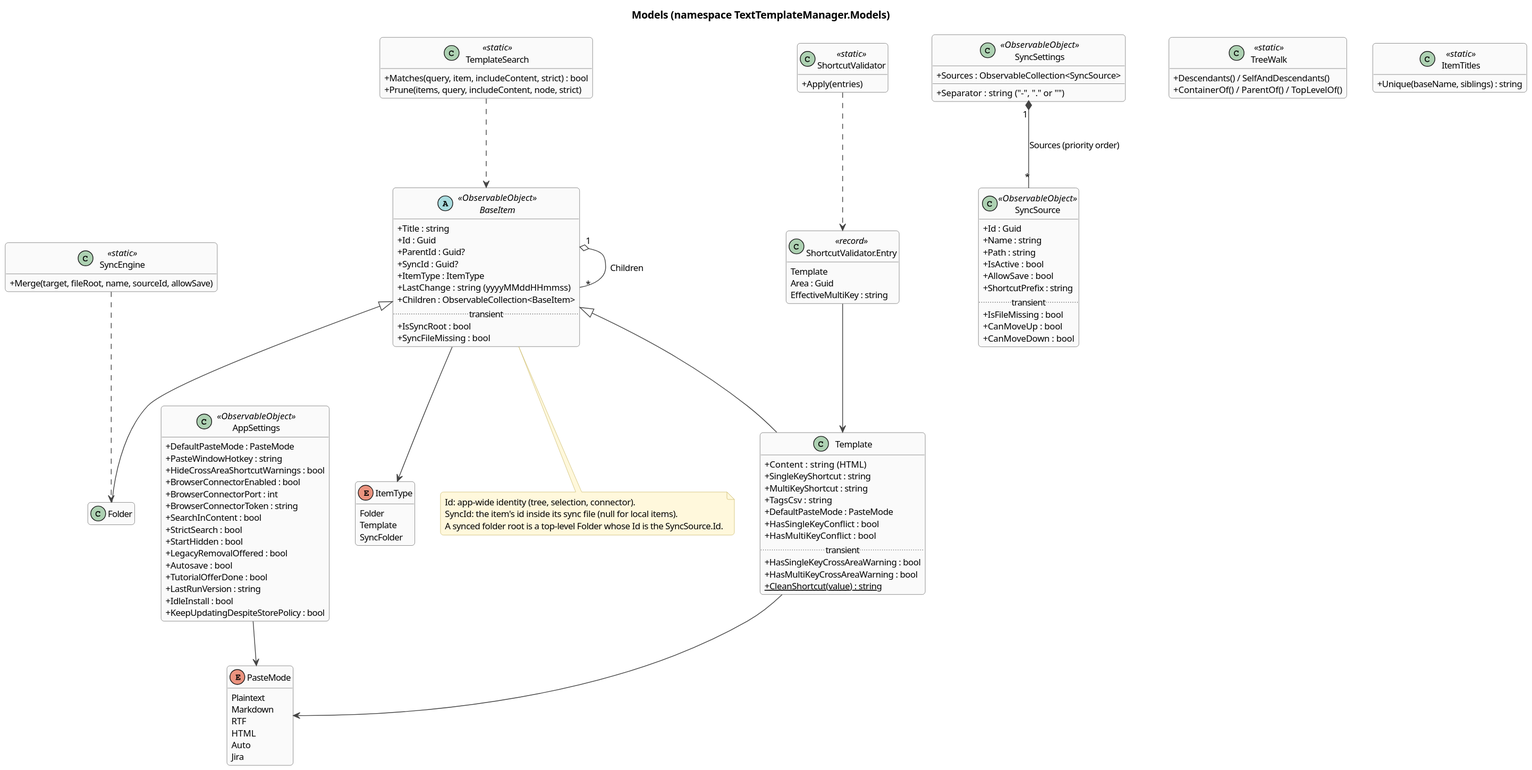
Earlier version of the PlantUML export docs/architecture/diagrams/class-model.svg (halatsWol/TextTemplateManager-v2).
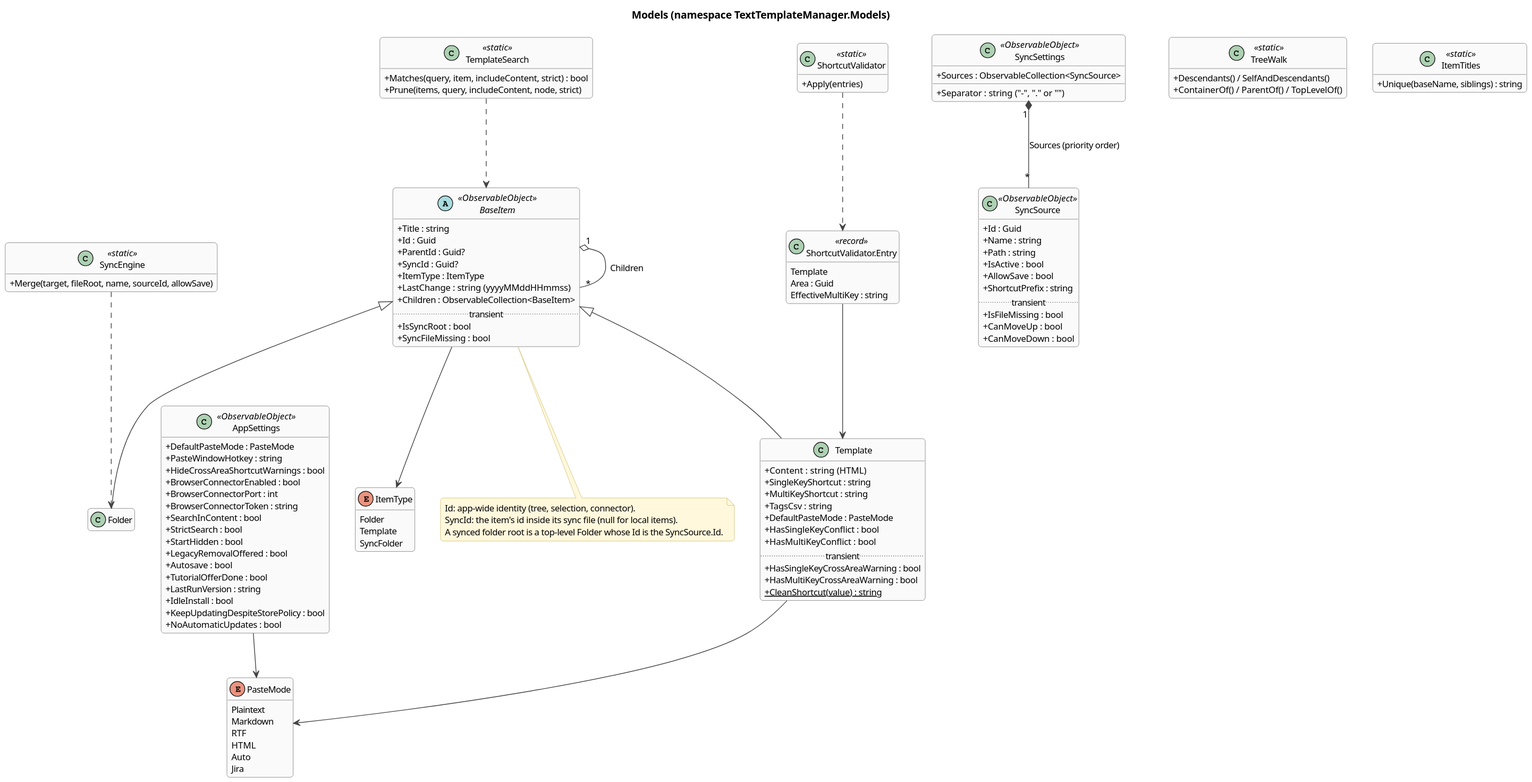
Later version of the same file.

Change to the diagram source:
```diff
@@ -48,6 +48,7 @@
   +LastRunVersion : string
   +IdleInstall : bool
   +KeepUpdatingDespiteStorePolicy : bool
+  +NoAutomaticUpdates : bool
 }
 
 class SyncSettings <<ObservableObject>> {
```
